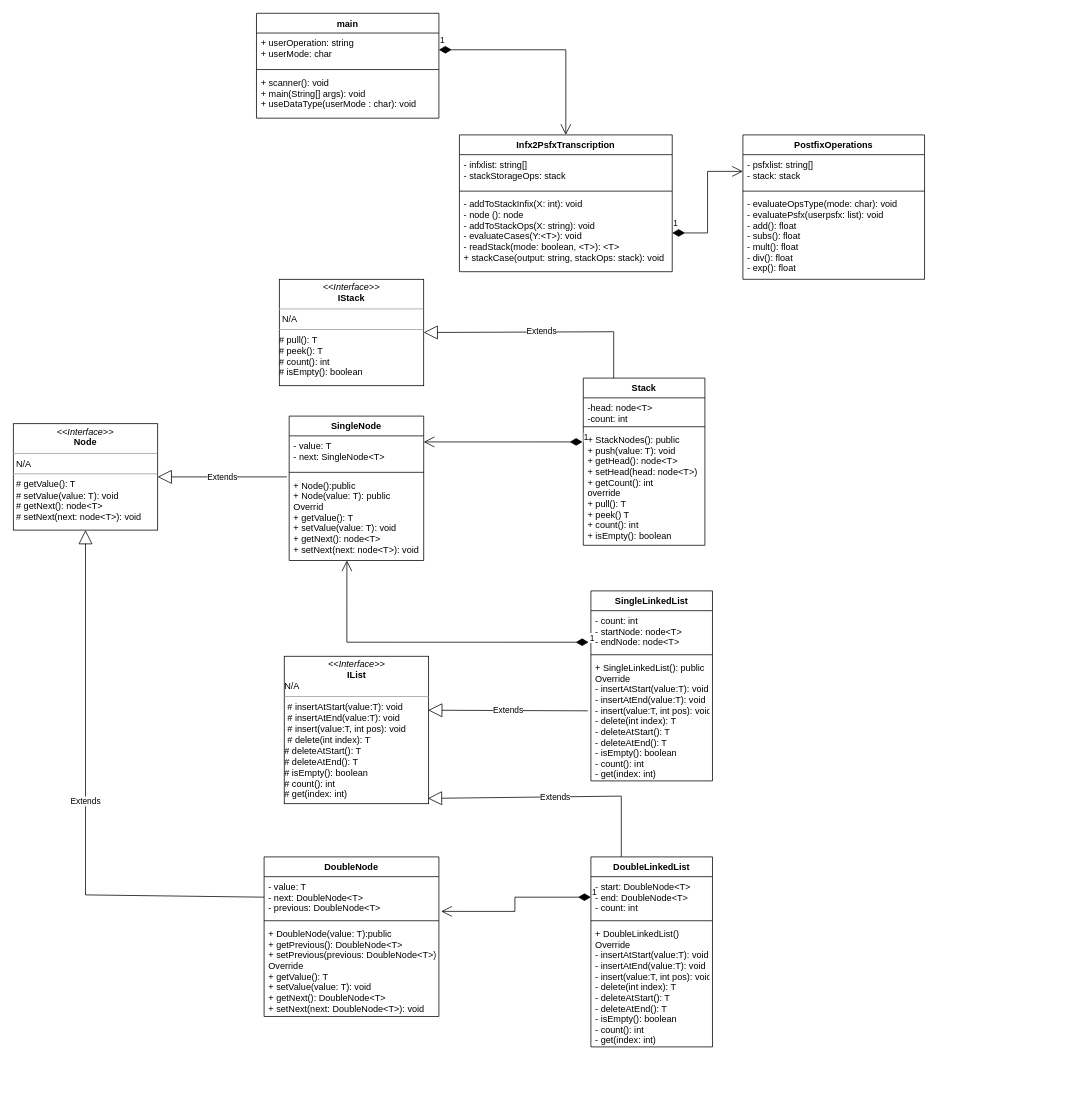
Before: uml/HDT4ClassesDiagram.drawio in DiggsPapu/HDT4, a draw.io diagram. Source tidied: cells renumbered, new cells numbered last; positions are measured from the earlier drawing's top-left corner, leaving out a move shared by most shapes. Both pictures are drawn from the tidied source at 76%, with x=0, y=0 at pixel (13, 13).
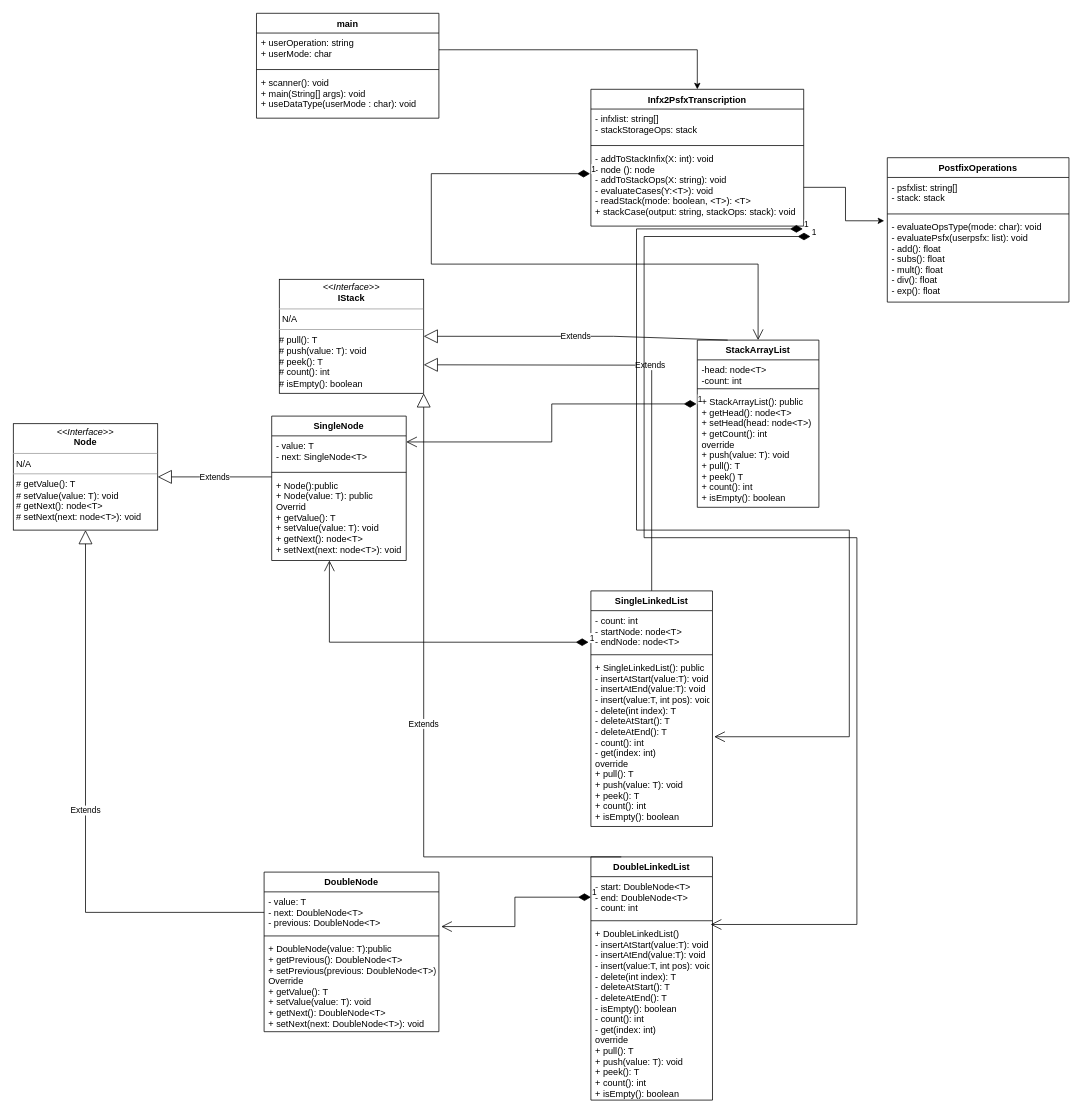
The same diagram, later.

Unchanged cells that the change refers to:
```xml
<mxCell id="10" value="+ Node():public&#10;+ Node(value: T): public&#10;Overrid&#10;+ getValue(): T&#10;+ setValue(value: T): void&#10;+ getNext(): node&lt;T&gt;&#10;+ setNext(next: node&lt;T&gt;): void" style="text;strokeColor=none;fillColor=none;align=left;verticalAlign=top;spacingLeft=4;spacingRight=4;overflow=hidden;points=[[0,0.5],[1,0.5]];portConstraint=eastwest;" parent="7" vertex="1">
  <mxGeometry y="78" width="177" height="112" as="geometry" />
</mxCell>
<mxCell id="20" value="&lt;p style=&quot;margin: 0px ; margin-top: 4px ; text-align: center&quot;&gt;&lt;i&gt;&amp;lt;&amp;lt;Interface&amp;gt;&amp;gt;&lt;/i&gt;&lt;br&gt;&lt;b&gt;Node&lt;/b&gt;&lt;/p&gt;&lt;hr size=&quot;1&quot;&gt;&lt;p style=&quot;margin: 0px ; margin-left: 4px&quot;&gt;N/A&lt;/p&gt;&lt;hr size=&quot;1&quot;&gt;&lt;p style=&quot;margin: 0px ; margin-left: 4px&quot;&gt;# getValue(): T&lt;br style=&quot;padding: 0px ; margin: 0px&quot;&gt;# setValue(value: T): void&lt;br style=&quot;padding: 0px ; margin: 0px&quot;&gt;# getNext(): node&amp;lt;T&amp;gt;&lt;br style=&quot;padding: 0px ; margin: 0px&quot;&gt;# setNext(next: node&amp;lt;T&amp;gt;): void&lt;br&gt;&lt;/p&gt;" style="verticalAlign=top;align=left;overflow=fill;fontSize=12;fontFamily=Helvetica;html=1;" parent="1" vertex="1">
  <mxGeometry y="540" width="190" height="140" as="geometry" />
</mxCell>
<mxCell id="27" value="- value: T&#10;- next: DoubleNode&lt;T&gt;&#10;- previous: DoubleNode&lt;T&gt;" style="text;strokeColor=none;fillColor=none;align=left;verticalAlign=top;spacingLeft=4;spacingRight=4;overflow=hidden;points=[[0,0.5],[1,0.5]];portConstraint=eastwest;" parent="26" vertex="1">
  <mxGeometry y="26" width="230" height="54" as="geometry" />
</mxCell>
<mxCell id="36" value="- addToStackInfix(X: int): void&#10;- node (): node&#10;- addToStackOps(X: string): void&#10;- evaluateCases(Y:&lt;T&gt;): void&#10;- readStack(mode: boolean, &lt;T&gt;): &lt;T&gt;&#10;+ stackCase(output: string, stackOps: stack): void" style="text;strokeColor=none;fillColor=none;align=left;verticalAlign=top;spacingLeft=4;spacingRight=4;overflow=hidden;points=[[0,0.5],[1,0.5]];portConstraint=eastwest;" parent="33" vertex="1">
  <mxGeometry y="78" width="280" height="102" as="geometry" />
</mxCell>
<mxCell id="38" value="- psfxlist: string[]&#10;- stack: stack" style="text;strokeColor=none;fillColor=none;align=left;verticalAlign=top;spacingLeft=4;spacingRight=4;overflow=hidden;points=[[0,0.5],[1,0.5]];portConstraint=eastwest;" parent="37" vertex="1">
  <mxGeometry y="26" width="239" height="44" as="geometry" />
</mxCell>
<mxCell id="40" value="- evaluateOpsType(mode: char): void&#10;- evaluatePsfx(userpsfx: list): void&#10;- add(): float&#10;- subs(): float&#10;- mult(): float&#10;- div(): float&#10;- exp(): float" style="text;strokeColor=none;fillColor=none;align=left;verticalAlign=top;spacingLeft=4;spacingRight=4;overflow=hidden;points=[[0,0.5],[1,0.5]];portConstraint=eastwest;" parent="37" vertex="1">
  <mxGeometry y="78" width="239" height="112" as="geometry" />
</mxCell>
<mxCell id="42" value="+ userOperation: string&#10;+ userMode: char" style="text;strokeColor=none;fillColor=none;align=left;verticalAlign=top;spacingLeft=4;spacingRight=4;overflow=hidden;points=[[0,0.5],[1,0.5]];portConstraint=eastwest;" parent="41" vertex="1">
  <mxGeometry y="26" width="240" height="44" as="geometry" />
</mxCell>
```

What changed in the source:
```diff
@@
-    <mxCell id="2" value="Stack" style="swimlane;fontStyle=1;align=center;verticalAlign=top;horizontal=1;startSize=26;" parent="1" vertex="1">
-      <mxGeometry x="750" y="480" width="160" height="220" as="geometry" />
+    <mxCell id="2" value="StackArrayList" style="swimlane;fontStyle=1;align=center;verticalAlign=top;horizontal=1;startSize=26;" parent="1" vertex="1">
+      <mxGeometry x="900" y="430" width="160" height="220" as="geometry" />
     </mxCell>
@@
-    <mxCell id="5" value="+ StackNodes(): public&#10;+ push(value: T): void&#10;+ getHead(): node&lt;T&gt;&#10;+ setHead(head: node&lt;T&gt;)&#10;+ getCount(): int&#10;override&#10;+ pull(): T&#10;+ peek() T&#10;+ count(): int&#10;+ isEmpty(): boolean" style="text;strokeColor=none;fillColor=none;align=left;verticalAlign=top;spacingLeft=4;spacingRight=4;overflow=hidden;points=[[0,0.5],[1,0.5]];portConstraint=eastwest;" parent="2" vertex="1">
+    <mxCell id="5" value="+ StackArrayList(): public&#10;+ getHead(): node&lt;T&gt;&#10;+ setHead(head: node&lt;T&gt;)&#10;+ getCount(): int&#10;override&#10;+ push(value: T): void&#10;+ pull(): T&#10;+ peek() T&#10;+ count(): int&#10;+ isEmpty(): boolean" style="text;strokeColor=none;fillColor=none;align=left;verticalAlign=top;spacingLeft=4;spacingRight=4;overflow=hidden;points=[[0,0.5],[1,0.5]];portConstraint=eastwest;" parent="2" vertex="1">
       <mxGeometry y="68" width="160" height="152" as="geometry" />
     </mxCell>
     <mxCell id="6" value="Extends" style="endArrow=block;endSize=16;endFill=0;html=1;rounded=0;entryX=1;entryY=0.5;entryDx=0;entryDy=0;exitX=0.25;exitY=0;exitDx=0;exitDy=0;" parent="1" edge="1" source="2" target="17">
       <mxGeometry relative="1" as="geometry">
         <Array as="points">
-          <mxPoint x="790" y="419" />
+          <mxPoint x="790" y="425" />
         </Array>
       </mxGeometry>
     </mxCell>
     <mxCell id="7" value="SingleNode" style="swimlane;fontStyle=1;align=center;verticalAlign=top;horizontal=1;startSize=26;" parent="1" vertex="1">
-      <mxGeometry x="363" y="530" width="177" height="190" as="geometry" />
+      <mxGeometry x="340" y="530" width="177" height="190" as="geometry" />
     </mxCell>
@@
     <mxCell id="11" value="SingleLinkedList" style="swimlane;fontStyle=1;align=center;verticalAlign=top;horizontal=1;startSize=26;" parent="1" vertex="1">
-      <mxGeometry x="760" y="760" width="160" height="250" as="geometry" />
+      <mxGeometry x="760" y="760" width="160" height="310" as="geometry" />
     </mxCell>
@@
-    <mxCell id="14" value="+ SingleLinkedList(): public&#10;Override&#10;- insertAtStart(value:T): void&#10;- insertAtEnd(value:T): void&#10;- insert(value:T, int pos): void&#10;- delete(int index): T&#10;- deleteAtStart(): T&#10;- deleteAtEnd(): T&#10;- isEmpty(): boolean&#10;- count(): int&#10;- get(index: int)" style="text;strokeColor=none;fillColor=none;align=left;verticalAlign=top;spacingLeft=4;spacingRight=4;overflow=hidden;points=[[0,0.5],[1,0.5]];portConstraint=eastwest;" parent="11" vertex="1">
-      <mxGeometry y="88" width="160" height="162" as="geometry" />
+    <mxCell id="14" value="+ SingleLinkedList(): public&#10;- insertAtStart(value:T): void&#10;- insertAtEnd(value:T): void&#10;- insert(value:T, int pos): void&#10;- delete(int index): T&#10;- deleteAtStart(): T&#10;- deleteAtEnd(): T&#10;- count(): int&#10;- get(index: int)&#10;override&#10;+ pull(): T&#10;+ push(value: T): void&#10;+ peek(): T&#10;+ count(): int&#10;+ isEmpty(): boolean " style="text;strokeColor=none;fillColor=none;align=left;verticalAlign=top;spacingLeft=4;spacingRight=4;overflow=hidden;points=[[0,0.5],[1,0.5]];portConstraint=eastwest;" parent="11" vertex="1">
+      <mxGeometry y="88" width="160" height="222" as="geometry" />
     </mxCell>
@@
-    <mxCell id="17" value="&lt;p style=&quot;margin: 0px ; margin-top: 4px ; text-align: center&quot;&gt;&lt;i&gt;&amp;lt;&amp;lt;Interface&amp;gt;&amp;gt;&lt;/i&gt;&lt;br&gt;&lt;b&gt;IStack&lt;/b&gt;&lt;/p&gt;&lt;hr size=&quot;1&quot;&gt;&lt;p style=&quot;margin: 0px ; margin-left: 4px&quot;&gt;N/A&lt;/p&gt;&lt;hr size=&quot;1&quot;&gt;&lt;p style=&quot;margin: 0px ; margin-left: 4px&quot;&gt;&lt;/p&gt;# pull(): T&lt;br style=&quot;padding: 0px ; margin: 0px&quot;&gt;# peek(): T&lt;br style=&quot;padding: 0px ; margin: 0px&quot;&gt;# count(): int&lt;br style=&quot;padding: 0px ; margin: 0px&quot;&gt;# isEmpty(): boolean&amp;nbsp;" style="verticalAlign=top;align=left;overflow=fill;fontSize=12;fontFamily=Helvetica;html=1;" parent="1" vertex="1">
-      <mxGeometry x="350" y="350" width="190" height="140" as="geometry" />
+    <mxCell id="17" value="&lt;p style=&quot;margin: 0px ; margin-top: 4px ; text-align: center&quot;&gt;&lt;i&gt;&amp;lt;&amp;lt;Interface&amp;gt;&amp;gt;&lt;/i&gt;&lt;br&gt;&lt;b&gt;IStack&lt;/b&gt;&lt;/p&gt;&lt;hr size=&quot;1&quot;&gt;&lt;p style=&quot;margin: 0px ; margin-left: 4px&quot;&gt;N/A&lt;/p&gt;&lt;hr size=&quot;1&quot;&gt;&lt;p style=&quot;margin: 0px ; margin-left: 4px&quot;&gt;&lt;/p&gt;# pull(): T&lt;br&gt;# push(value: T): void&lt;br style=&quot;padding: 0px ; margin: 0px&quot;&gt;# peek(): T&lt;br style=&quot;padding: 0px ; margin: 0px&quot;&gt;# count(): int&lt;br style=&quot;padding: 0px ; margin: 0px&quot;&gt;# isEmpty(): boolean&amp;nbsp;" style="verticalAlign=top;align=left;overflow=fill;fontSize=12;fontFamily=Helvetica;html=1;" parent="1" vertex="1">
+      <mxGeometry x="350" y="350" width="190" height="150" as="geometry" />
     </mxCell>
-    <mxCell id="18" value="&lt;p style=&quot;margin: 0px ; margin-top: 4px ; text-align: center&quot;&gt;&lt;i&gt;&amp;lt;&amp;lt;Interface&amp;gt;&amp;gt;&lt;/i&gt;&lt;br&gt;&lt;b&gt;IList&lt;/b&gt;&lt;/p&gt;N/A&lt;br&gt;&lt;hr size=&quot;1&quot;&gt;&lt;p style=&quot;margin: 0px ; margin-left: 4px&quot;&gt;# insertAtStart(value:T): void&lt;/p&gt;&lt;p style=&quot;margin: 0px ; margin-left: 4px&quot;&gt;#&amp;nbsp;&lt;span&gt;insertAtEnd(value:T): void&lt;/span&gt;&lt;/p&gt;&lt;p style=&quot;margin: 0px 0px 0px 4px&quot;&gt;#&amp;nbsp;&lt;span&gt;insert(value:T, int pos): void&lt;/span&gt;&lt;/p&gt;&lt;p style=&quot;margin: 0px 0px 0px 4px&quot;&gt;# delete(int index): T&lt;/p&gt;# deleteAtStart(): T&lt;br&gt;# deleteAtEnd(): T&lt;br&gt;# isEmpty(): boolean&lt;br&gt;# count(): int&lt;br&gt;# get(index: int)" style="verticalAlign=top;align=left;overflow=fill;fontSize=12;fontFamily=Helvetica;html=1;" parent="1" vertex="1">
-      <mxGeometry x="356.5" y="846" width="190" height="194" as="geometry" />
-    </mxCell>
-    <mxCell id="19" value="Extends" style="endArrow=block;endSize=16;endFill=0;html=1;rounded=0;exitX=-0.025;exitY=0.431;exitDx=0;exitDy=0;exitPerimeter=0;entryX=0.997;entryY=0.366;entryDx=0;entryDy=0;entryPerimeter=0;" parent="1" edge="1" source="14" target="18">
-      <mxGeometry relative="1" as="geometry" />
+    <mxCell id="19" value="Extends" style="endArrow=block;endSize=16;endFill=0;html=1;rounded=0;exitX=0.5;exitY=0;exitDx=0;exitDy=0;entryX=1;entryY=0.75;entryDx=0;entryDy=0;" parent="1" edge="1" source="11" target="17">
+      <mxGeometry relative="1" as="geometry">
+        <Array as="points">
+          <mxPoint x="840" y="463" />
+        </Array>
+      </mxGeometry>
     </mxCell>
@@
-    <mxCell id="21" value="Extends" style="endArrow=block;endSize=16;endFill=0;html=1;rounded=0;entryX=1;entryY=0.5;entryDx=0;entryDy=0;" parent="1" edge="1" target="20">
-      <mxGeometry relative="1" as="geometry">
-        <mxPoint x="360" y="610" as="sourcePoint" />
-      </mxGeometry>
+    <mxCell id="21" value="Extends" style="endArrow=block;endSize=16;endFill=0;html=1;rounded=0;entryX=1;entryY=0.5;entryDx=0;entryDy=0;exitX=0;exitY=0.018;exitDx=0;exitDy=0;exitPerimeter=0;" parent="1" edge="1" source="10" target="20">
+      <mxGeometry relative="1" as="geometry" />
     </mxCell>
     <mxCell id="22" value="DoubleLinkedList" style="swimlane;fontStyle=1;align=center;verticalAlign=top;horizontal=1;startSize=26;" parent="1" vertex="1">
-      <mxGeometry x="760" y="1110" width="160" height="250" as="geometry" />
+      <mxGeometry x="760" y="1110" width="160" height="320" as="geometry" />
     </mxCell>
@@
-    <mxCell id="25" value="+ DoubleLinkedList()&#10;Override&#10;- insertAtStart(value:T): void&#10;- insertAtEnd(value:T): void&#10;- insert(value:T, int pos): void&#10;- delete(int index): T&#10;- deleteAtStart(): T&#10;- deleteAtEnd(): T&#10;- isEmpty(): boolean&#10;- count(): int&#10;- get(index: int)" style="text;strokeColor=none;fillColor=none;align=left;verticalAlign=top;spacingLeft=4;spacingRight=4;overflow=hidden;points=[[0,0.5],[1,0.5]];portConstraint=eastwest;" parent="22" vertex="1">
-      <mxGeometry y="88" width="160" height="162" as="geometry" />
+    <mxCell id="25" value="+ DoubleLinkedList()&#10;- insertAtStart(value:T): void&#10;- insertAtEnd(value:T): void&#10;- insert(value:T, int pos): void&#10;- delete(int index): T&#10;- deleteAtStart(): T&#10;- deleteAtEnd(): T&#10;- isEmpty(): boolean&#10;- count(): int&#10;- get(index: int)&#10;override&#10;+ pull(): T&#10;+ push(value: T): void&#10;+ peek(): T&#10;+ count(): int&#10;+ isEmpty(): boolean" style="text;strokeColor=none;fillColor=none;align=left;verticalAlign=top;spacingLeft=4;spacingRight=4;overflow=hidden;points=[[0,0.5],[1,0.5]];portConstraint=eastwest;" parent="22" vertex="1">
+      <mxGeometry y="88" width="160" height="232" as="geometry" />
     </mxCell>
     <mxCell id="26" value="DoubleNode" style="swimlane;fontStyle=1;align=center;verticalAlign=top;horizontal=1;startSize=26;" parent="1" vertex="1">
-      <mxGeometry x="330" y="1110" width="230" height="210" as="geometry" />
+      <mxGeometry x="330" y="1130" width="230" height="210" as="geometry" />
     </mxCell>
@@
     <mxCell id="30" value="Extends" style="endArrow=block;endSize=16;endFill=0;html=1;rounded=0;exitX=0;exitY=0.5;exitDx=0;exitDy=0;entryX=0.5;entryY=1;entryDx=0;entryDy=0;" parent="1" edge="1" source="27" target="20">
       <mxGeometry relative="1" as="geometry">
         <Array as="points">
-          <mxPoint x="95" y="1160" />
+          <mxPoint x="95" y="1183" />
         </Array>
       </mxGeometry>
     </mxCell>
@@
-    <mxCell id="32" value="Extends" style="endArrow=block;endSize=16;endFill=0;html=1;rounded=0;entryX=0.995;entryY=0.964;entryDx=0;entryDy=0;exitX=0.25;exitY=0;exitDx=0;exitDy=0;entryPerimeter=0;" parent="1" edge="1" source="22" target="18">
+    <mxCell id="32" value="Extends" style="endArrow=block;endSize=16;endFill=0;html=1;rounded=0;entryX=1;entryY=1;entryDx=0;entryDy=0;exitX=0.25;exitY=0;exitDx=0;exitDy=0;" parent="1" edge="1" source="22" target="17">
       <mxGeometry relative="1" as="geometry">
         <Array as="points">
-          <mxPoint x="800" y="1030" />
+          <mxPoint x="540" y="1110" />
         </Array>
       </mxGeometry>
     </mxCell>
     <mxCell id="33" value="Infx2PsfxTranscription" style="swimlane;fontStyle=1;align=center;verticalAlign=top;horizontal=1;startSize=26;" parent="1" vertex="1">
-      <mxGeometry x="587" y="160" width="280" height="180" as="geometry" />
+      <mxGeometry x="760" y="100" width="280" height="180" as="geometry" />
     </mxCell>
@@
     <mxCell id="37" value="PostfixOperations" style="swimlane;fontStyle=1;align=center;verticalAlign=top;horizontal=1;startSize=26;" parent="1" vertex="1">
-      <mxGeometry x="960" y="160" width="239" height="190" as="geometry" />
+      <mxGeometry x="1150" y="190" width="239" height="190" as="geometry" />
     </mxCell>
@@
+    <mxCell id="47" style="edgeStyle=orthogonalEdgeStyle;rounded=0;jettySize=auto;html=1;exitX=1;exitY=0.5;exitDx=0;exitDy=0;entryX=-0.017;entryY=0.045;entryDx=0;entryDy=0;entryPerimeter=0;" parent="1" edge="1" source="36" target="40">
+      <mxGeometry relative="1" as="geometry" />
+    </mxCell>
-    <mxCell id="45" value="1" style="endArrow=open;html=1;endSize=12;startArrow=diamondThin;startSize=14;startFill=1;edgeStyle=orthogonalEdgeStyle;align=left;verticalAlign=bottom;rounded=0;exitX=1;exitY=0.5;exitDx=0;exitDy=0;entryX=0.5;entryY=0;entryDx=0;entryDy=0;" parent="1" edge="1" source="42" target="33">
-      <mxGeometry x="-1" y="3" relative="1" as="geometry" />
+    <mxCell id="45" style="edgeStyle=orthogonalEdgeStyle;rounded=0;jettySize=auto;html=1;entryX=0.5;entryY=0;entryDx=0;entryDy=0;" parent="1" edge="1" source="42" target="33">
+      <mxGeometry relative="1" as="geometry" />
     </mxCell>
-    <mxCell id="46" value="1" style="endArrow=open;html=1;endSize=12;startArrow=diamondThin;startSize=14;startFill=1;edgeStyle=orthogonalEdgeStyle;align=left;verticalAlign=bottom;rounded=0;exitX=1;exitY=0.5;exitDx=0;exitDy=0;entryX=0;entryY=0.5;entryDx=0;entryDy=0;" parent="1" edge="1" source="36" target="38">
-      <mxGeometry x="-1" y="3" relative="1" as="geometry" />
-    </mxCell>
+    <mxCell id="48" value="1" style="endArrow=open;html=1;endSize=12;startArrow=diamondThin;startSize=14;startFill=1;edgeStyle=orthogonalEdgeStyle;align=left;verticalAlign=bottom;rounded=0;entryX=0.5;entryY=0;entryDx=0;entryDy=0;exitX=-0.004;exitY=0.324;exitDx=0;exitDy=0;exitPerimeter=0;" parent="1" edge="1" source="36" target="2">
+      <mxGeometry x="-1" y="3" relative="1" as="geometry">
+        <Array as="points">
+          <mxPoint x="550" y="211" />
+          <mxPoint x="550" y="330" />
+          <mxPoint x="980" y="330" />
+        </Array>
+      </mxGeometry>
+    </mxCell>
+    <mxCell id="49" value="1" style="endArrow=open;html=1;endSize=12;startArrow=diamondThin;startSize=14;startFill=1;edgeStyle=orthogonalEdgeStyle;align=left;verticalAlign=bottom;rounded=0;exitX=0.996;exitY=1.036;exitDx=0;exitDy=0;exitPerimeter=0;entryX=1.014;entryY=0.468;entryDx=0;entryDy=0;entryPerimeter=0;" parent="1" edge="1" source="36" target="14">
+      <mxGeometry x="-1" y="3" relative="1" as="geometry">
+        <Array as="points">
+          <mxPoint x="820" y="284" />
+          <mxPoint x="820" y="680" />
+          <mxPoint x="1100" y="680" />
+          <mxPoint x="1100" y="952" />
+        </Array>
+      </mxGeometry>
+    </mxCell>
+    <mxCell id="50" value="1" style="endArrow=open;html=1;endSize=12;startArrow=diamondThin;startSize=14;startFill=1;edgeStyle=orthogonalEdgeStyle;align=left;verticalAlign=bottom;rounded=0;exitX=0.996;exitY=1.036;exitDx=0;exitDy=0;exitPerimeter=0;entryX=0.985;entryY=0.004;entryDx=0;entryDy=0;entryPerimeter=0;" parent="1" edge="1" target="25">
+      <mxGeometry x="-1" y="3" relative="1" as="geometry">
+        <mxPoint x="1048.9" y="293.7" as="sourcePoint" />
+        <Array as="points">
+          <mxPoint x="830" y="294" />
+          <mxPoint x="830" y="690" />
+          <mxPoint x="1110" y="690" />
+          <mxPoint x="1110" y="1199" />
+        </Array>
+      </mxGeometry>
+    </mxCell>
```
